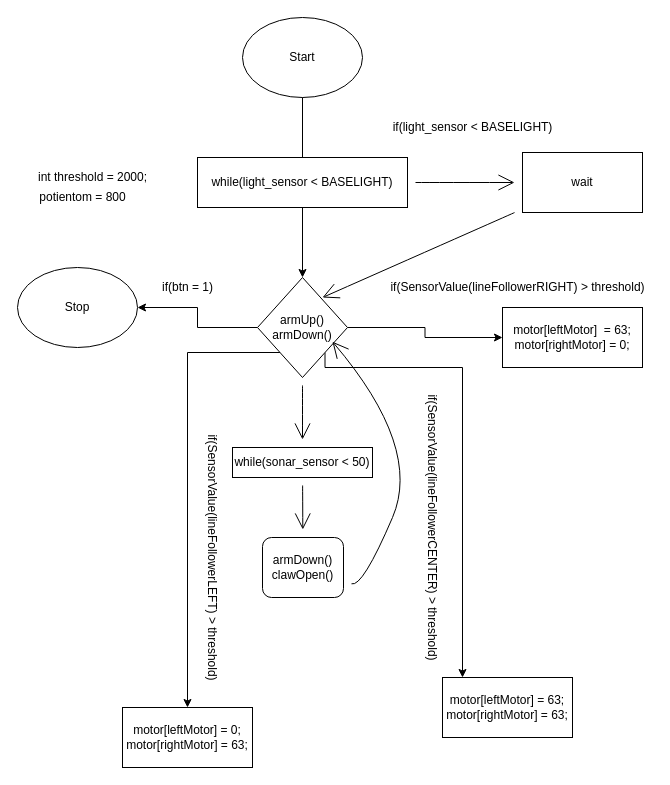
This is verkefni5/Lokaverkefni.drawio from Davygod/ROBO2RG05AU-1, a draw.io file, before an edit. Source tidied: cells renumbered, new cells numbered last; positions are measured from the earlier drawing's top-left corner, leaving out a move shared by most shapes. Both pictures are drawn from the tidied source at 100%, with x=0, y=0 at pixel (17, 17).
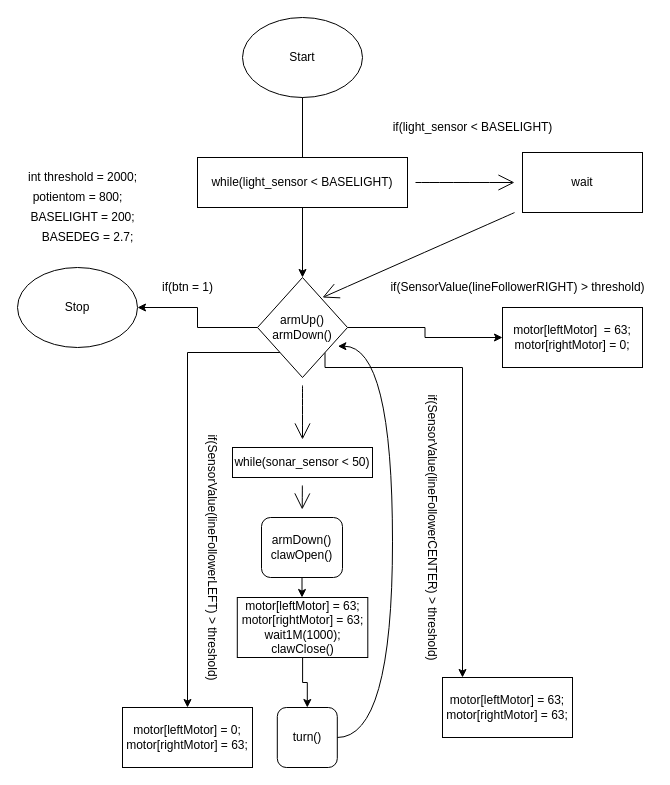
Above is the later version.

The change refers to these unchanged cells:
```xml
<mxCell id="9" value="armUp()&lt;br&gt;armDown()" style="rhombus;whiteSpace=wrap;html=1;" parent="1" vertex="1">
  <mxGeometry x="240" y="260" width="90" height="100" as="geometry" />
</mxCell>
```

What changed in the source:
```diff
@@
     <mxCell id="16" value="int threshold = 2000;" style="text;html=1;align=center;verticalAlign=middle;strokeColor=none;fillColor=none;" parent="1" vertex="1">
-      <mxGeometry x="15" y="150" width="120" height="20" as="geometry" />
+      <mxGeometry x="5" y="150" width="120" height="20" as="geometry" />
     </mxCell>
@@
-    <mxCell id="21" style="edgeStyle=none;curved=1;rounded=0;jettySize=auto;html=1;endArrow=open;startSize=14;endSize=14;sourcePerimeterSpacing=8;targetPerimeterSpacing=8;entryX=0.833;entryY=0.642;entryDx=0;entryDy=0;entryPerimeter=0;" parent="1" edge="1" source="22" target="9">
-      <mxGeometry relative="1" as="geometry">
-        <Array as="points">
-          <mxPoint x="345" y="570" />
-          <mxPoint x="405" y="430" />
-        </Array>
-      </mxGeometry>
-    </mxCell>
+    <mxCell id="30" style="edgeStyle=orthogonalEdgeStyle;rounded=0;jettySize=auto;html=1;" parent="1" edge="1" source="22" target="33">
+      <mxGeometry relative="1" as="geometry" />
+    </mxCell>
     <mxCell id="22" value="armDown()&lt;br&gt;clawOpen()" style="rounded=1;whiteSpace=wrap;html=1;" parent="1" vertex="1">
-      <mxGeometry x="245" y="520" width="81" height="60" as="geometry" />
+      <mxGeometry x="244" y="500" width="81" height="60" as="geometry" />
     </mxCell>
@@
-    <mxCell id="29" value="potientom = 800" style="text;html=1;align=center;verticalAlign=middle;strokeColor=none;fillColor=none;" parent="1" vertex="1">
-      <mxGeometry x="15" y="170" width="100" height="20" as="geometry" />
+    <mxCell id="29" value="potientom = 800;" style="text;html=1;align=center;verticalAlign=middle;strokeColor=none;fillColor=none;" parent="1" vertex="1">
+      <mxGeometry x="5" y="170" width="110" height="20" as="geometry" />
     </mxCell>
+    <mxCell id="31" value="turn()" style="whiteSpace=wrap;html=1;rounded=1;" parent="1" vertex="1">
+      <mxGeometry x="259.8" y="690" width="60" height="60" as="geometry" />
+    </mxCell>
+    <mxCell id="32" style="edgeStyle=orthogonalEdgeStyle;rounded=0;jettySize=auto;html=1;entryX=0.5;entryY=0;entryDx=0;entryDy=0;" parent="1" edge="1" source="33" target="31">
+      <mxGeometry relative="1" as="geometry" />
+    </mxCell>
+    <mxCell id="33" value="motor[leftMotor] = 63;&lt;br&gt;motor[rightMotor] = 63;&lt;br&gt;wait1M(1000);&lt;br&gt;clawClose()" style="whiteSpace=wrap;html=1;" parent="1" vertex="1">
+      <mxGeometry x="219.8" y="580" width="130.5" height="60" as="geometry" />
+    </mxCell>
+    <mxCell id="34" style="curved=1;endArrow=classic;html=1;rounded=0;edgeStyle=orthogonalEdgeStyle;exitX=1;exitY=0.5;exitDx=0;exitDy=0;entryX=0.893;entryY=0.687;entryDx=0;entryDy=0;entryPerimeter=0;" parent="1" edge="1" source="31" target="9">
+      <mxGeometry relative="1" as="geometry">
+        <Array as="points">
+          <mxPoint x="375" y="720" />
+          <mxPoint x="375" y="329" />
+        </Array>
+      </mxGeometry>
+    </mxCell>
+    <mxCell id="35" value="BASELIGHT = 200;" style="text;html=1;align=center;verticalAlign=middle;strokeColor=none;fillColor=none;" parent="1" vertex="1">
+      <mxGeometry x="5" y="190" width="120" height="20" as="geometry" />
+    </mxCell>
+    <mxCell id="36" value="BASEDEG = 2.7;" style="text;html=1;align=center;verticalAlign=middle;strokeColor=none;fillColor=none;" parent="1" vertex="1">
+      <mxGeometry x="15" y="210" width="110" height="20" as="geometry" />
+    </mxCell>
```
